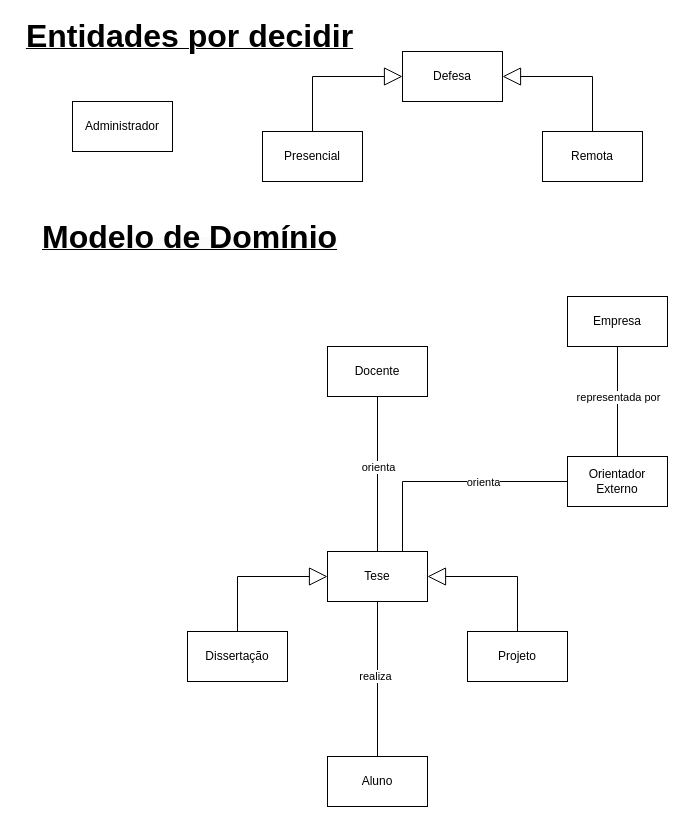
Before: docs/DomainModel.drawio in Sapientia-PT/thesisman, a draw.io diagram. Source tidied: cells renumbered, new cells numbered last; positions are measured from the earlier drawing's top-left corner, leaving out a move shared by most shapes. Both pictures are drawn from the tidied source at 100%, with x=0, y=0 at pixel (17, 21).
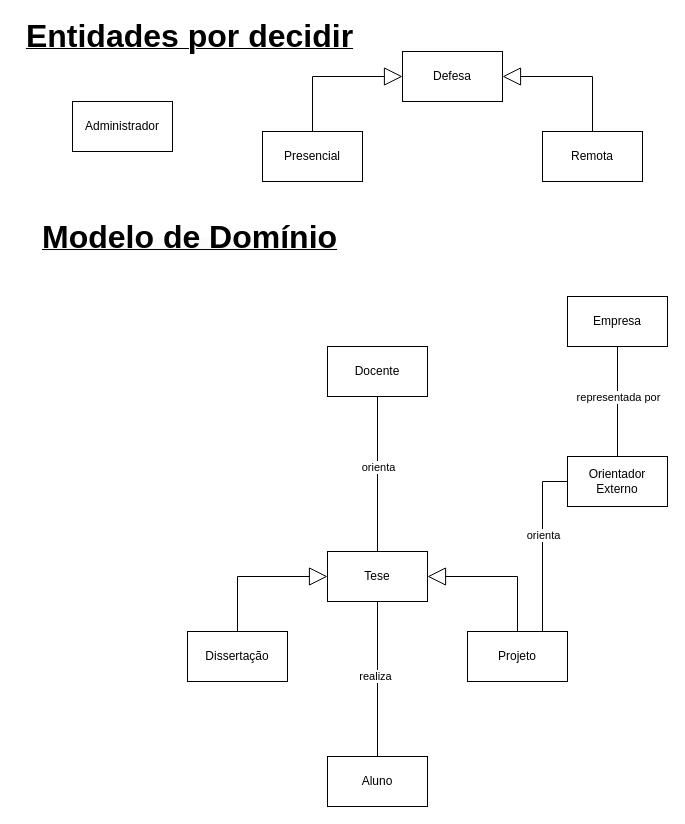
Above is the later version.

Commit message:
Changed the connection between 'OrientadorExterno' and 'Tese' to 'Projeto'

The change refers to these unchanged cells:
```xml
<mxCell id="2" value="Tese" style="html=1;whiteSpace=wrap;" parent="1" vertex="1">
  <mxGeometry x="310" y="530" width="100" height="50" as="geometry" />
</mxCell>
<mxCell id="5" value="Projeto" style="html=1;whiteSpace=wrap;" parent="1" vertex="1">
  <mxGeometry x="450" y="610" width="100" height="50" as="geometry" />
</mxCell>
<mxCell id="18" value="Orientador Externo" style="rounded=0;whiteSpace=wrap;html=1;" parent="1" vertex="1">
  <mxGeometry x="550" y="435" width="100" height="50" as="geometry" />
</mxCell>
```

What changed in the source:
```diff
@@
-    <mxCell id="19" style="endArrow=none;html=1;rounded=0;exitX=0.75;exitY=0;exitDx=0;exitDy=0;entryX=0;entryY=0.5;entryDx=0;entryDy=0;" parent="1" edge="1" source="2" target="18">
+    <mxCell id="19" style="endArrow=none;html=1;rounded=0;exitX=0.75;exitY=0;exitDx=0;exitDy=0;entryX=0;entryY=0.5;entryDx=0;entryDy=0;" parent="1" edge="1" source="5" target="18">
       <mxGeometry relative="1" as="geometry">
         <Array as="points">
-          <mxPoint x="385" y="460" />
+          <mxPoint x="525" y="460" />
         </Array>
       </mxGeometry>
     </mxCell>
     <mxCell id="20" value="orienta" style="edgeLabel;html=1;align=center;verticalAlign=middle;" parent="19" vertex="1">
       <mxGeometry x="0.14" y="3" relative="1" as="geometry">
-        <mxPoint x="16" y="3" as="offset" />
+        <mxPoint x="3" y="3" as="offset" />
       </mxGeometry>
     </mxCell>
```
